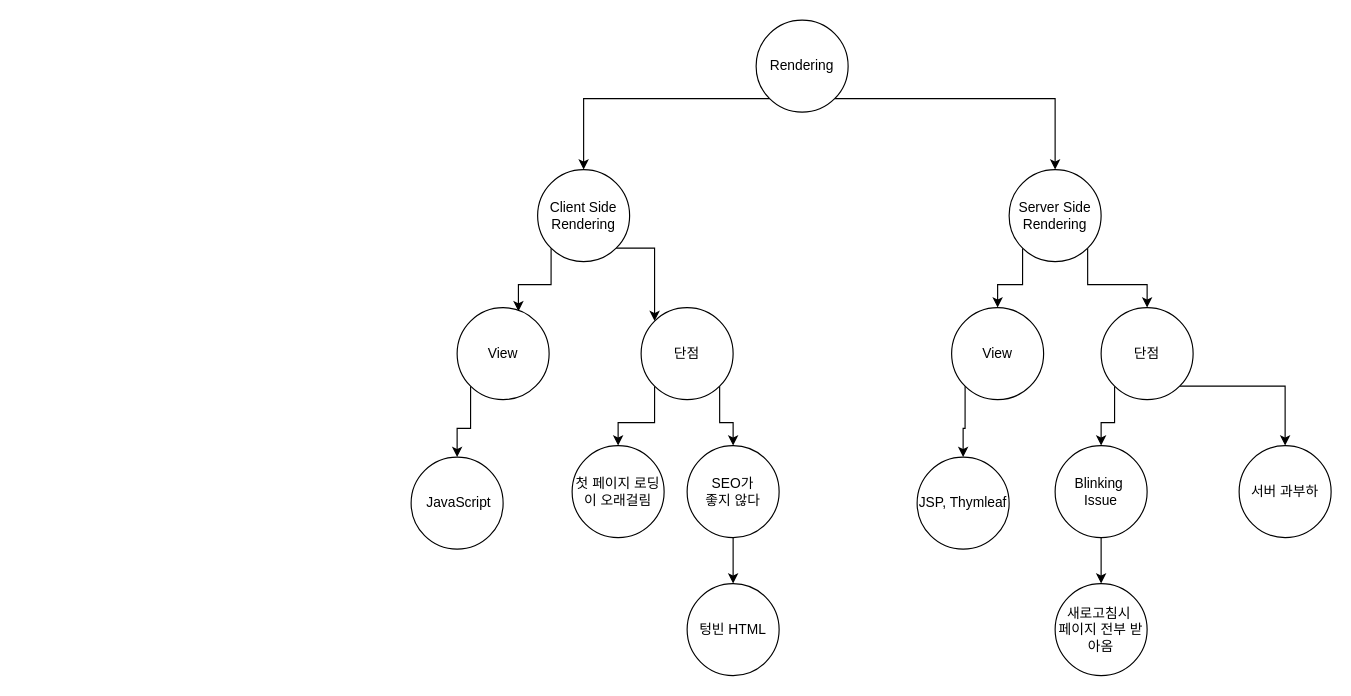
Above: Rendering.drawio in HJC96/Study (draw.io), before the change. Source tidied: cells renumbered, new cells numbered last; positions are measured from the earlier drawing's top-left corner, leaving out a move shared by most shapes. Both pictures are drawn from the tidied source at 115%, with x=0, y=0 at pixel (411, 20).
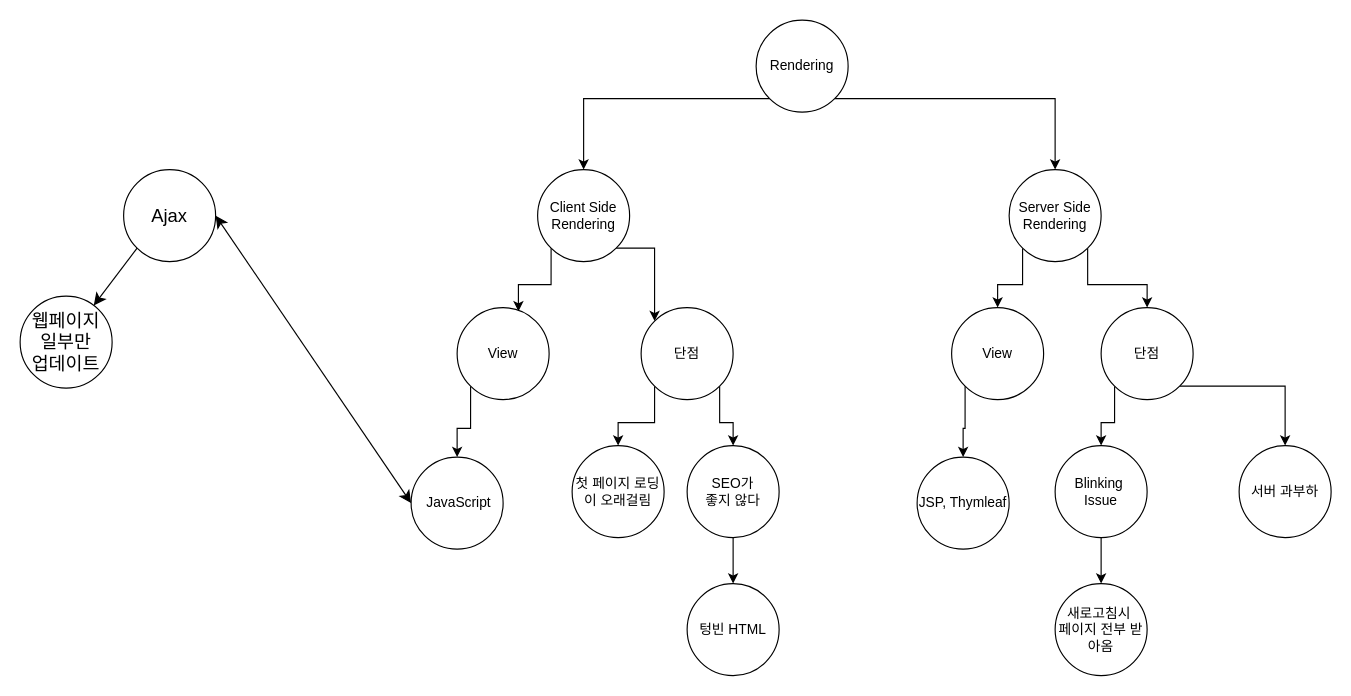
The same page after the edit.

The change refers to these unchanged cells:
```xml
<mxCell id="12" value="&amp;nbsp;JavaScript" style="ellipse;whiteSpace=wrap;html=1;" parent="1" vertex="1">
  <mxGeometry y="380" width="80" height="80" as="geometry" />
</mxCell>
```

Diff of the diagram source:
```diff
@@
+    <mxCell id="31" style="edgeStyle=none;curved=1;rounded=0;jettySize=auto;html=1;exitX=0;exitY=1;exitDx=0;exitDy=0;fontSize=12;startSize=8;endSize=8;" parent="1" edge="1" source="32" target="34">
+      <mxGeometry relative="1" as="geometry" />
+    </mxCell>
+    <mxCell id="32" value="Ajax" style="ellipse;whiteSpace=wrap;html=1;fontSize=16;" parent="1" vertex="1">
+      <mxGeometry x="-250" y="130" width="80" height="80" as="geometry" />
+    </mxCell>
+    <mxCell id="33" style="endArrow=classic;startArrow=classic;html=1;rounded=0;fontSize=12;startSize=8;endSize=8;curved=1;entryX=0;entryY=0.5;entryDx=0;entryDy=0;exitX=1;exitY=0.5;exitDx=0;exitDy=0;" parent="1" edge="1" source="32" target="12">
+      <mxGeometry relative="1" as="geometry" />
+    </mxCell>
+    <mxCell id="34" value="웹페이지&lt;br&gt;일부만&lt;br&gt;업데이트" style="ellipse;whiteSpace=wrap;html=1;fontSize=16;" parent="1" vertex="1">
+      <mxGeometry x="-340" y="240" width="80" height="80" as="geometry" />
+    </mxCell>
```
